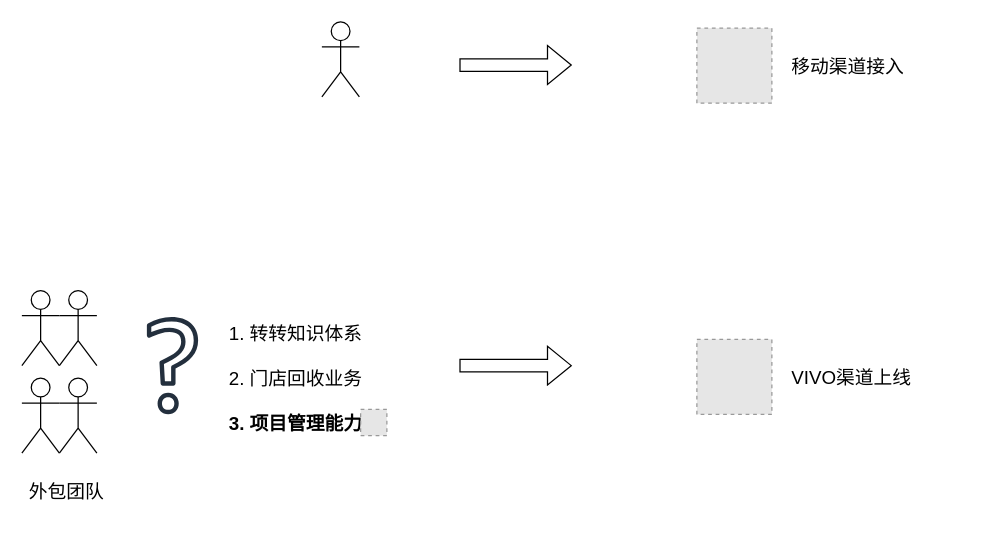
Above: 未命名绘图.drawio in b1208312635/tutorials (draw.io), before the change. Source tidied: cells renumbered, new cells numbered last; positions are measured from the earlier drawing's top-left corner, leaving out a move shared by most shapes. Both pictures are drawn from the tidied source at 125%, with x=0, y=0 at pixel (21, 21). Pictures stored in the file or linked from it are replaced by grey dashed boxes.
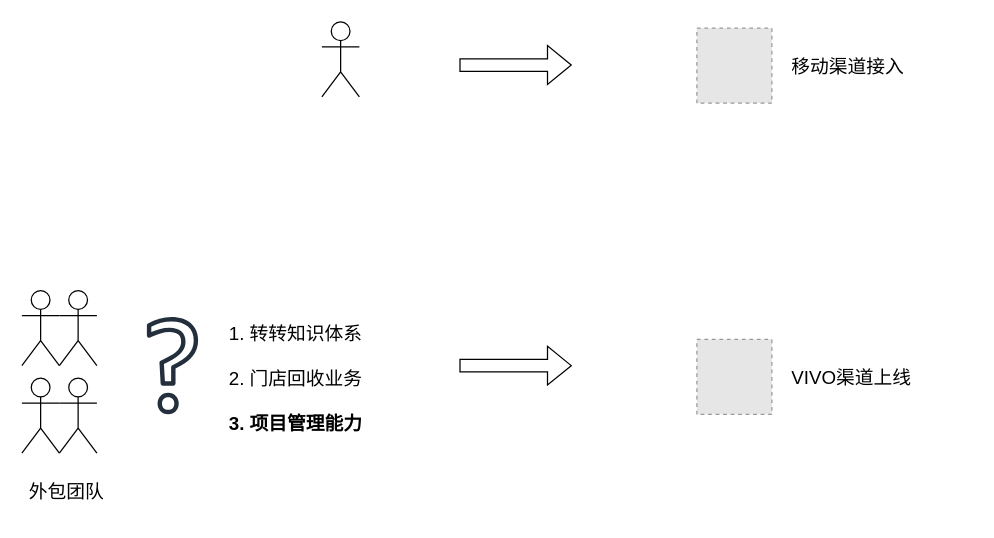
After the change.

Commit message:
更新未命名绘图.drawio

Diff of the diagram source:
```diff
@@
 <mxGraphModel>
   <root>
     <mxCell id="0" />
     <mxCell id="1" parent="0" />
     <mxCell id="2" style="shape=umlActor;verticalLabelPosition=bottom;verticalAlign=top;html=1;fontSize=15;" parent="1" vertex="1">
       <mxGeometry x="240" width="30" height="60" as="geometry" />
     </mxCell>
     <mxCell id="3" style="shape=flexArrow;endArrow=classic;html=1;rounded=0;fontSize=15;" parent="1" edge="1">
       <mxGeometry relative="1" as="geometry">
         <mxPoint x="350" y="34.5" as="sourcePoint" />
         <mxPoint x="440" y="34.5" as="targetPoint" />
       </mxGeometry>
     </mxCell>
     <mxCell id="4" style="fillColor=#E6E6E6;strokeColor=#999999;dashed=1;html=1;verticalAlign=top;verticalLabelPosition=bottom;labelBackgroundColor=#ffffff;fontSize=15;" parent="1" vertex="1">
       <mxGeometry x="540" y="5" width="60" height="60" as="geometry" />
     </mxCell>
     <mxCell id="5" value="移动渠道接入" style="text;strokeColor=none;fillColor=none;align=left;verticalAlign=middle;spacingLeft=4;spacingRight=4;overflow=hidden;whiteSpace=wrap;html=1;fontSize=15;" parent="1" vertex="1">
       <mxGeometry x="610" y="15" width="150" height="40" as="geometry" />
     </mxCell>
     <mxCell id="6" style="shape=umlActor;verticalLabelPosition=bottom;verticalAlign=top;html=1;fontSize=15;" parent="1" vertex="1">
       <mxGeometry x="30" y="215" width="30" height="60" as="geometry" />
     </mxCell>
     <mxCell id="7" style="shape=flexArrow;endArrow=classic;html=1;rounded=0;fontSize=15;" parent="1" edge="1">
       <mxGeometry relative="1" as="geometry">
         <mxPoint x="350" y="275" as="sourcePoint" />
         <mxPoint x="440" y="275" as="targetPoint" />
       </mxGeometry>
     </mxCell>
     <mxCell id="8" style="fillColor=#E6E6E6;strokeColor=#999999;dashed=1;html=1;verticalAlign=top;verticalLabelPosition=bottom;labelBackgroundColor=#ffffff;fontSize=15;" parent="1" vertex="1">
       <mxGeometry x="540" y="254" width="60" height="60" as="geometry" />
     </mxCell>
     <mxCell id="9" value="VIVO渠道上线" style="text;strokeColor=none;fillColor=none;align=left;verticalAlign=middle;spacingLeft=4;spacingRight=4;overflow=hidden;whiteSpace=wrap;html=1;fontSize=15;" parent="1" vertex="1">
       <mxGeometry x="610" y="264" width="150" height="40" as="geometry" />
     </mxCell>
     <mxCell id="10" style="shape=umlActor;verticalLabelPosition=bottom;verticalAlign=top;html=1;fontSize=15;" parent="1" vertex="1">
       <mxGeometry y="215" width="30" height="60" as="geometry" />
     </mxCell>
     <mxCell id="11" style="shape=umlActor;verticalLabelPosition=bottom;verticalAlign=top;html=1;fontSize=15;" parent="1" vertex="1">
       <mxGeometry x="30" y="285" width="30" height="60" as="geometry" />
     </mxCell>
     <mxCell id="12" style="shape=umlActor;verticalLabelPosition=bottom;verticalAlign=top;html=1;fontSize=15;" parent="1" vertex="1">
       <mxGeometry y="285" width="30" height="60" as="geometry" />
     </mxCell>
     <mxCell id="13" style="sketch=0;fontColor=#232F3E;gradientColor=none;fillColor=#232F3D;strokeColor=none;dashed=0;verticalLabelPosition=bottom;verticalAlign=top;align=center;html=1;fontSize=15;fontStyle=0;shape=mxgraph.aws4.question;" parent="1" vertex="1">
       <mxGeometry x="100" y="236" width="41" height="78" as="geometry" />
     </mxCell>
     <mxCell id="14" value="1. 转转知识体系&lt;div&gt;&lt;br&gt;&lt;div&gt;2. 门店回收业务&lt;/div&gt;&lt;div&gt;&lt;br&gt;&lt;/div&gt;&lt;div&gt;&lt;b&gt;3. 项目管理能力&lt;/b&gt;&lt;/div&gt;&lt;/div&gt;" style="text;strokeColor=none;fillColor=none;align=left;verticalAlign=middle;spacingLeft=4;spacingRight=4;overflow=hidden;whiteSpace=wrap;html=1;fontSize=15;" parent="1" vertex="1">
       <mxGeometry x="160" y="215" width="190" height="140" as="geometry" />
     </mxCell>
     <mxCell id="15" value="外包团队" style="text;strokeColor=none;fillColor=none;align=left;verticalAlign=middle;spacingLeft=4;spacingRight=4;overflow=hidden;whiteSpace=wrap;html=1;fontSize=15;" parent="1" vertex="1">
       <mxGeometry y="355" width="150" height="40" as="geometry" />
     </mxCell>
-    <mxCell id="16" style="fillColor=#E6E6E6;strokeColor=#999999;dashed=1;html=1;verticalAlign=top;verticalLabelPosition=bottom;labelBackgroundColor=#ffffff;" parent="1" vertex="1">
-      <mxGeometry x="271" y="310" width="21" height="21" as="geometry" />
-    </mxCell>
   </root>
 </mxGraphModel>
```
